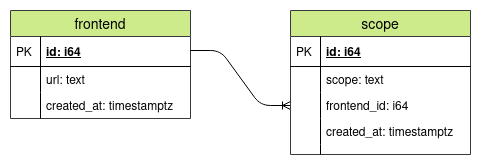
foxford/dispatcher keeps this draw.io diagram as docs/data/dispatcher.schema.png. Above is the earlier version. Source tidied: cells renumbered, new cells last; positions are measured from the earlier drawing's top-left corner, leaving out a move shared by most shapes.
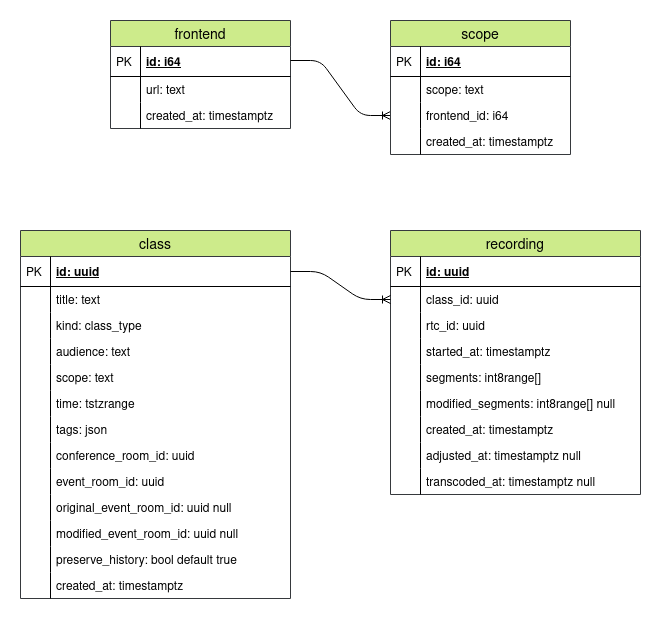
The same file after the commit.

What changed in the source:
```diff
@@ -29,7 +29,7 @@
       <mxGeometry width="30" height="26" as="geometry" />
     </mxCell>
     <mxCell id="10" value="scope" style="swimlane;fontStyle=0;horizontal=1;startSize=26;fillColor=#CDEB8B;swimlaneFillColor=#ffffff;align=center;fontSize=14;strokeColor=#36393d;" parent="1" vertex="1">
-      <mxGeometry x="280" y="38" width="180" height="144" as="geometry" />
+      <mxGeometry x="280" y="38" width="180" height="134" as="geometry" />
     </mxCell>
     <mxCell id="11" value="id: i64" style="shape=partialRectangle;top=0;left=0;right=0;bottom=1;align=left;verticalAlign=middle;fillColor=none;spacingLeft=34;spacingRight=4;overflow=hidden;fontStyle=5;fontSize=12;" parent="10" vertex="1">
       <mxGeometry y="26" width="180" height="30" as="geometry" />
@@ -55,16 +55,151 @@
     <mxCell id="18" style="shape=partialRectangle;top=0;left=0;bottom=0;fillColor=none;align=left;verticalAlign=top;spacingLeft=4;spacingRight=4;overflow=hidden;fontSize=12;" parent="17" vertex="1">
       <mxGeometry width="30" height="26" as="geometry" />
     </mxCell>
-    <mxCell id="19" style="shape=partialRectangle;top=0;left=0;right=0;bottom=0;align=left;verticalAlign=top;fillColor=none;spacingLeft=34;spacingRight=4;overflow=hidden;fontSize=12;" parent="10" vertex="1">
-      <mxGeometry y="134" width="180" height="10" as="geometry" />
-    </mxCell>
-    <mxCell id="20" style="shape=partialRectangle;top=0;left=0;bottom=0;fillColor=none;align=left;verticalAlign=top;spacingLeft=4;spacingRight=4;overflow=hidden;fontSize=12;" parent="19" vertex="1">
-      <mxGeometry width="30" height="10" as="geometry" />
-    </mxCell>
-    <mxCell id="21" style="edgeStyle=orthogonalEdgeStyle;rounded=0;jettySize=auto;html=1;exitX=0;exitY=0.5;exitDx=0;exitDy=0;entryX=0;entryY=0.5;entryDx=0;entryDy=0;endArrow=ERmany;endFill=0;startArrow=ERone;startFill=0;" parent="1" edge="1" target="x">
+    <mxCell id="21" style="edgeStyle=orthogonalEdgeStyle;rounded=0;orthogonalLoop=1;jettySize=auto;html=1;exitX=0;exitY=0.5;exitDx=0;exitDy=0;entryX=0;entryY=0.5;entryDx=0;entryDy=0;endArrow=ERmany;endFill=0;startArrow=ERone;startFill=0;" parent="1" edge="1">
       <mxGeometry relative="1" as="geometry">
         <mxPoint x="100" y="0.5" as="sourcePoint" />
       </mxGeometry>
     </mxCell>
+    <mxCell id="22" value="class" style="swimlane;fontStyle=0;horizontal=1;startSize=26;fillColor=#cdeb8b;swimlaneFillColor=#ffffff;align=center;fontSize=14;strokeColor=#36393d;" parent="1" vertex="1">
+      <mxGeometry x="-90" y="248" width="270" height="368" as="geometry" />
+    </mxCell>
+    <mxCell id="23" value="id: uuid" style="shape=partialRectangle;top=0;left=0;right=0;bottom=1;align=left;verticalAlign=middle;fillColor=none;spacingLeft=34;spacingRight=4;overflow=hidden;points=[[0,0.5],[1,0.5]];portConstraint=eastwest;fontStyle=5;fontSize=12;" parent="22" vertex="1">
+      <mxGeometry y="26" width="270" height="30" as="geometry" />
+    </mxCell>
+    <mxCell id="24" value="PK" style="shape=partialRectangle;top=0;left=0;bottom=0;fillColor=none;align=left;verticalAlign=middle;spacingLeft=4;spacingRight=4;overflow=hidden;fontSize=12;" parent="23" vertex="1">
+      <mxGeometry width="30" height="30" as="geometry" />
+    </mxCell>
+    <mxCell id="25" value="title: text&#10;" style="shape=partialRectangle;top=0;left=0;right=0;bottom=0;align=left;verticalAlign=top;fillColor=none;spacingLeft=34;spacingRight=4;overflow=hidden;fontSize=12;" parent="22" vertex="1">
+      <mxGeometry y="56" width="270" height="26" as="geometry" />
+    </mxCell>
+    <mxCell id="26" style="shape=partialRectangle;top=0;left=0;bottom=0;fillColor=none;align=left;verticalAlign=top;spacingLeft=4;spacingRight=4;overflow=hidden;fontSize=12;" parent="25" vertex="1">
+      <mxGeometry width="30" height="26" as="geometry" />
+    </mxCell>
+    <mxCell id="27" value="kind: class_type&#10;" style="shape=partialRectangle;top=0;left=0;right=0;bottom=0;align=left;verticalAlign=top;fillColor=none;spacingLeft=34;spacingRight=4;overflow=hidden;fontSize=12;" parent="22" vertex="1">
+      <mxGeometry y="82" width="270" height="26" as="geometry" />
+    </mxCell>
+    <mxCell id="28" style="shape=partialRectangle;top=0;left=0;bottom=0;fillColor=none;align=left;verticalAlign=top;spacingLeft=4;spacingRight=4;overflow=hidden;fontSize=12;" parent="27" vertex="1">
+      <mxGeometry width="30" height="26" as="geometry" />
+    </mxCell>
+    <mxCell id="29" value="audience: text&#10;" style="shape=partialRectangle;top=0;left=0;right=0;bottom=0;align=left;verticalAlign=top;fillColor=none;spacingLeft=34;spacingRight=4;overflow=hidden;fontSize=12;" parent="22" vertex="1">
+      <mxGeometry y="108" width="270" height="26" as="geometry" />
+    </mxCell>
+    <mxCell id="30" style="shape=partialRectangle;top=0;left=0;bottom=0;fillColor=none;align=left;verticalAlign=top;spacingLeft=4;spacingRight=4;overflow=hidden;fontSize=12;" parent="29" vertex="1">
+      <mxGeometry width="30" height="26" as="geometry" />
+    </mxCell>
+    <mxCell id="31" value="scope: text" style="shape=partialRectangle;top=0;left=0;right=0;bottom=0;align=left;verticalAlign=top;fillColor=none;spacingLeft=34;spacingRight=4;overflow=hidden;fontSize=12;" parent="22" vertex="1">
+      <mxGeometry y="134" width="270" height="26" as="geometry" />
+    </mxCell>
+    <mxCell id="32" style="shape=partialRectangle;top=0;left=0;bottom=0;fillColor=none;align=left;verticalAlign=top;spacingLeft=4;spacingRight=4;overflow=hidden;fontSize=12;" parent="31" vertex="1">
+      <mxGeometry width="30" height="26" as="geometry" />
+    </mxCell>
+    <mxCell id="33" value="time: tstzrange&#10;" style="shape=partialRectangle;top=0;left=0;right=0;bottom=0;align=left;verticalAlign=top;fillColor=none;spacingLeft=34;spacingRight=4;overflow=hidden;fontSize=12;" parent="22" vertex="1">
+      <mxGeometry y="160" width="270" height="26" as="geometry" />
+    </mxCell>
+    <mxCell id="34" style="shape=partialRectangle;top=0;left=0;bottom=0;fillColor=none;align=left;verticalAlign=top;spacingLeft=4;spacingRight=4;overflow=hidden;fontSize=12;" parent="33" vertex="1">
+      <mxGeometry width="30" height="26" as="geometry" />
+    </mxCell>
+    <mxCell id="35" value="tags: json" style="shape=partialRectangle;top=0;left=0;right=0;bottom=0;align=left;verticalAlign=top;fillColor=none;spacingLeft=34;spacingRight=4;overflow=hidden;fontSize=12;" parent="22" vertex="1">
+      <mxGeometry y="186" width="270" height="26" as="geometry" />
+    </mxCell>
+    <mxCell id="36" style="shape=partialRectangle;top=0;left=0;bottom=0;fillColor=none;align=left;verticalAlign=top;spacingLeft=4;spacingRight=4;overflow=hidden;fontSize=12;" parent="35" vertex="1">
+      <mxGeometry width="30" height="26" as="geometry" />
+    </mxCell>
+    <mxCell id="37" value="conference_room_id: uuid&#10;" style="shape=partialRectangle;top=0;left=0;right=0;bottom=0;align=left;verticalAlign=top;fillColor=none;spacingLeft=34;spacingRight=4;overflow=hidden;fontSize=12;" parent="22" vertex="1">
+      <mxGeometry y="212" width="270" height="26" as="geometry" />
+    </mxCell>
+    <mxCell id="38" style="shape=partialRectangle;top=0;left=0;bottom=0;fillColor=none;align=left;verticalAlign=top;spacingLeft=4;spacingRight=4;overflow=hidden;fontSize=12;" parent="37" vertex="1">
+      <mxGeometry width="30" height="26" as="geometry" />
+    </mxCell>
+    <mxCell id="39" value="event_room_id: uuid&#10;" style="shape=partialRectangle;top=0;left=0;right=0;bottom=0;align=left;verticalAlign=top;fillColor=none;spacingLeft=34;spacingRight=4;overflow=hidden;fontSize=12;" parent="22" vertex="1">
+      <mxGeometry y="238" width="270" height="26" as="geometry" />
+    </mxCell>
+    <mxCell id="40" style="shape=partialRectangle;top=0;left=0;bottom=0;fillColor=none;align=left;verticalAlign=top;spacingLeft=4;spacingRight=4;overflow=hidden;fontSize=12;" parent="39" vertex="1">
+      <mxGeometry width="30" height="26" as="geometry" />
+    </mxCell>
+    <mxCell id="41" value="original_event_room_id: uuid null&#10;&#10;" style="shape=partialRectangle;top=0;left=0;right=0;bottom=0;align=left;verticalAlign=top;fillColor=none;spacingLeft=34;spacingRight=4;overflow=hidden;fontSize=12;" parent="22" vertex="1">
+      <mxGeometry y="264" width="270" height="26" as="geometry" />
+    </mxCell>
+    <mxCell id="42" style="shape=partialRectangle;top=0;left=0;bottom=0;fillColor=none;align=left;verticalAlign=top;spacingLeft=4;spacingRight=4;overflow=hidden;fontSize=12;" parent="41" vertex="1">
+      <mxGeometry width="30" height="26" as="geometry" />
+    </mxCell>
+    <mxCell id="43" value="modified_event_room_id: uuid null" style="shape=partialRectangle;top=0;left=0;right=0;bottom=0;align=left;verticalAlign=top;fillColor=none;spacingLeft=34;spacingRight=4;overflow=hidden;fontSize=12;" parent="22" vertex="1">
+      <mxGeometry y="290" width="270" height="26" as="geometry" />
+    </mxCell>
+    <mxCell id="44" style="shape=partialRectangle;top=0;left=0;bottom=0;fillColor=none;align=left;verticalAlign=top;spacingLeft=4;spacingRight=4;overflow=hidden;fontSize=12;" parent="43" vertex="1">
+      <mxGeometry width="30" height="26" as="geometry" />
+    </mxCell>
+    <mxCell id="45" value="preserve_history: bool default true" style="shape=partialRectangle;top=0;left=0;right=0;bottom=0;align=left;verticalAlign=top;fillColor=none;spacingLeft=34;spacingRight=4;overflow=hidden;fontSize=12;" parent="22" vertex="1">
+      <mxGeometry y="316" width="270" height="26" as="geometry" />
+    </mxCell>
+    <mxCell id="46" style="shape=partialRectangle;top=0;left=0;bottom=0;fillColor=none;align=left;verticalAlign=top;spacingLeft=4;spacingRight=4;overflow=hidden;fontSize=12;" parent="45" vertex="1">
+      <mxGeometry width="30" height="26" as="geometry" />
+    </mxCell>
+    <mxCell id="47" value="created_at: timestamptz" style="shape=partialRectangle;top=0;left=0;right=0;bottom=0;align=left;verticalAlign=top;fillColor=none;spacingLeft=34;spacingRight=4;overflow=hidden;fontSize=12;" parent="22" vertex="1">
+      <mxGeometry y="342" width="270" height="26" as="geometry" />
+    </mxCell>
+    <mxCell id="48" style="shape=partialRectangle;top=0;left=0;bottom=0;fillColor=none;align=left;verticalAlign=top;spacingLeft=4;spacingRight=4;overflow=hidden;fontSize=12;" parent="47" vertex="1">
+      <mxGeometry width="30" height="26" as="geometry" />
+    </mxCell>
+    <mxCell id="49" value="recording" style="swimlane;fontStyle=0;horizontal=1;startSize=26;fillColor=#CDEB8B;swimlaneFillColor=#ffffff;align=center;fontSize=14;strokeColor=#36393d;" parent="1" vertex="1">
+      <mxGeometry x="280" y="248" width="250" height="264" as="geometry" />
+    </mxCell>
+    <mxCell id="50" value="id: uuid" style="shape=partialRectangle;top=0;left=0;right=0;bottom=1;align=left;verticalAlign=middle;fillColor=none;spacingLeft=34;spacingRight=4;overflow=hidden;fontStyle=5;fontSize=12;" parent="49" vertex="1">
+      <mxGeometry y="26" width="250" height="30" as="geometry" />
+    </mxCell>
+    <mxCell id="51" value="PK" style="shape=partialRectangle;top=0;left=0;bottom=0;fillColor=none;align=left;verticalAlign=middle;spacingLeft=4;spacingRight=4;overflow=hidden;fontSize=12;" parent="50" vertex="1">
+      <mxGeometry width="30" height="30" as="geometry" />
+    </mxCell>
+    <mxCell id="52" value="class_id: uuid" style="shape=partialRectangle;top=0;left=0;right=0;bottom=0;align=left;verticalAlign=top;fillColor=none;spacingLeft=34;spacingRight=4;overflow=hidden;points=[[0,0.5],[1,0.5]];portConstraint=eastwest;fontSize=12;" parent="49" vertex="1">
+      <mxGeometry y="56" width="250" height="26" as="geometry" />
+    </mxCell>
+    <mxCell id="53" style="shape=partialRectangle;top=0;left=0;bottom=0;fillColor=none;align=left;verticalAlign=top;spacingLeft=4;spacingRight=4;overflow=hidden;fontSize=12;" parent="52" vertex="1">
+      <mxGeometry width="30" height="26" as="geometry" />
+    </mxCell>
+    <mxCell id="54" value="rtc_id: uuid" style="shape=partialRectangle;top=0;left=0;right=0;bottom=0;align=left;verticalAlign=top;fillColor=none;spacingLeft=34;spacingRight=4;overflow=hidden;fontSize=12;" parent="49" vertex="1">
+      <mxGeometry y="82" width="250" height="26" as="geometry" />
+    </mxCell>
+    <mxCell id="55" style="shape=partialRectangle;top=0;left=0;bottom=0;fillColor=none;align=left;verticalAlign=top;spacingLeft=4;spacingRight=4;overflow=hidden;fontSize=12;" parent="54" vertex="1">
+      <mxGeometry width="30" height="26" as="geometry" />
+    </mxCell>
+    <mxCell id="56" value="started_at: timestamptz" style="shape=partialRectangle;top=0;left=0;right=0;bottom=0;align=left;verticalAlign=top;fillColor=none;spacingLeft=34;spacingRight=4;overflow=hidden;fontSize=12;" parent="49" vertex="1">
+      <mxGeometry y="108" width="250" height="26" as="geometry" />
+    </mxCell>
+    <mxCell id="57" style="shape=partialRectangle;top=0;left=0;bottom=0;fillColor=none;align=left;verticalAlign=top;spacingLeft=4;spacingRight=4;overflow=hidden;fontSize=12;" parent="56" vertex="1">
+      <mxGeometry width="30" height="26" as="geometry" />
+    </mxCell>
+    <mxCell id="58" value="segments: int8range[]" style="shape=partialRectangle;top=0;left=0;right=0;bottom=0;align=left;verticalAlign=top;fillColor=none;spacingLeft=34;spacingRight=4;overflow=hidden;fontSize=12;" parent="49" vertex="1">
+      <mxGeometry y="134" width="250" height="26" as="geometry" />
+    </mxCell>
+    <mxCell id="59" style="shape=partialRectangle;top=0;left=0;bottom=0;fillColor=none;align=left;verticalAlign=top;spacingLeft=4;spacingRight=4;overflow=hidden;fontSize=12;" parent="58" vertex="1">
+      <mxGeometry width="30" height="26" as="geometry" />
+    </mxCell>
+    <mxCell id="60" value="modified_segments: int8range[] null" style="shape=partialRectangle;top=0;left=0;right=0;bottom=0;align=left;verticalAlign=top;fillColor=none;spacingLeft=34;spacingRight=4;overflow=hidden;fontSize=12;" parent="49" vertex="1">
+      <mxGeometry y="160" width="250" height="26" as="geometry" />
+    </mxCell>
+    <mxCell id="61" style="shape=partialRectangle;top=0;left=0;bottom=0;fillColor=none;align=left;verticalAlign=top;spacingLeft=4;spacingRight=4;overflow=hidden;fontSize=12;" parent="60" vertex="1">
+      <mxGeometry width="30" height="26" as="geometry" />
+    </mxCell>
+    <mxCell id="62" value="created_at: timestamptz" style="shape=partialRectangle;top=0;left=0;right=0;bottom=0;align=left;verticalAlign=top;fillColor=none;spacingLeft=34;spacingRight=4;overflow=hidden;fontSize=12;" parent="49" vertex="1">
+      <mxGeometry y="186" width="250" height="26" as="geometry" />
+    </mxCell>
+    <mxCell id="63" style="shape=partialRectangle;top=0;left=0;bottom=0;fillColor=none;align=left;verticalAlign=top;spacingLeft=4;spacingRight=4;overflow=hidden;fontSize=12;" parent="62" vertex="1">
+      <mxGeometry width="30" height="26" as="geometry" />
+    </mxCell>
+    <mxCell id="64" value="adjusted_at: timestamptz null" style="shape=partialRectangle;top=0;left=0;right=0;bottom=0;align=left;verticalAlign=top;fillColor=none;spacingLeft=34;spacingRight=4;overflow=hidden;fontSize=12;" parent="49" vertex="1">
+      <mxGeometry y="212" width="250" height="26" as="geometry" />
+    </mxCell>
+    <mxCell id="65" style="shape=partialRectangle;top=0;left=0;bottom=0;fillColor=none;align=left;verticalAlign=top;spacingLeft=4;spacingRight=4;overflow=hidden;fontSize=12;" parent="64" vertex="1">
+      <mxGeometry width="30" height="26" as="geometry" />
+    </mxCell>
+    <mxCell id="66" value="transcoded_at: timestamptz null" style="shape=partialRectangle;top=0;left=0;right=0;bottom=0;align=left;verticalAlign=top;fillColor=none;spacingLeft=34;spacingRight=4;overflow=hidden;fontSize=12;" parent="49" vertex="1">
+      <mxGeometry y="238" width="250" height="26" as="geometry" />
+    </mxCell>
+    <mxCell id="67" style="shape=partialRectangle;top=0;left=0;bottom=0;fillColor=none;align=left;verticalAlign=top;spacingLeft=4;spacingRight=4;overflow=hidden;fontSize=12;" parent="66" vertex="1">
+      <mxGeometry width="30" height="26" as="geometry" />
+    </mxCell>
+    <mxCell id="68" style="edgeStyle=entityRelationEdgeStyle;fontSize=12;html=1;endArrow=ERoneToMany;entryX=0;entryY=0.5;entryDx=0;entryDy=0;" parent="1" edge="1" source="23" target="52">
+      <mxGeometry relative="1" as="geometry" />
+    </mxCell>
   </root>
 </mxGraphModel>
```
